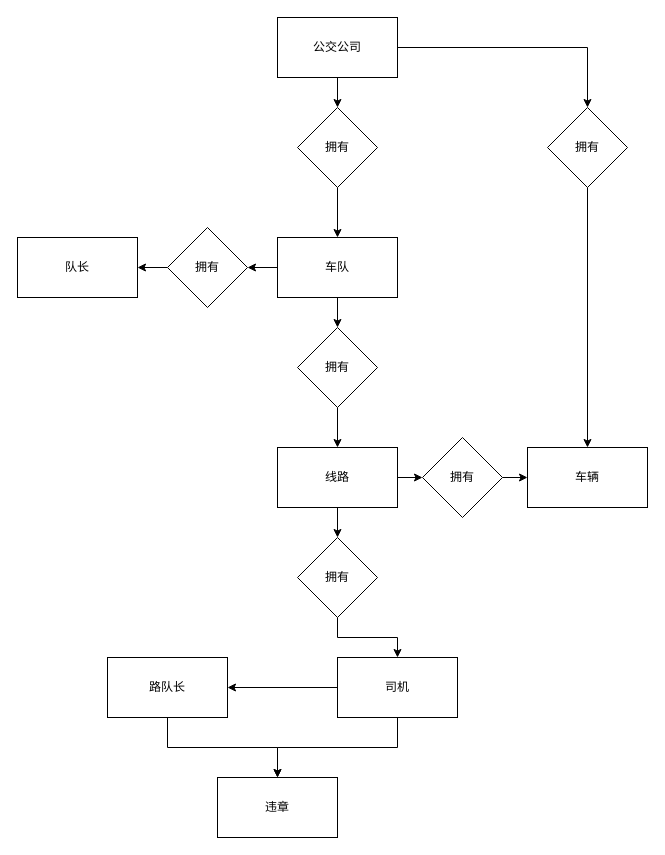
Above: doc/er.drawio in xeonds/bus-admin (draw.io), before the change. Source tidied: cells renumbered, new cells numbered last; positions are measured from the earlier drawing's top-left corner, leaving out a move shared by most shapes. Both pictures are drawn from the tidied source at 100%, with x=0, y=0 at pixel (17, 17).
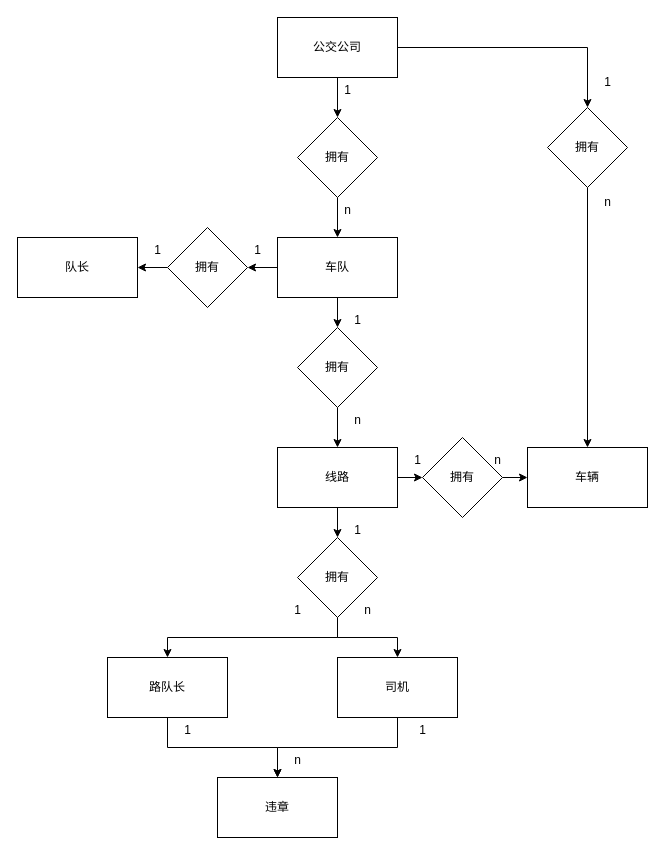
After the change.

The change refers to these unchanged cells:
```xml
<mxCell id="11" value="司机" style="rounded=0;whiteSpace=wrap;html=1;" parent="1" vertex="1">
  <mxGeometry x="320" y="640" width="120" height="60" as="geometry" />
</mxCell>
<mxCell id="17" value="路队长" style="whiteSpace=wrap;html=1;" parent="1" vertex="1">
  <mxGeometry x="90" y="640" width="120" height="60" as="geometry" />
</mxCell>
<mxCell id="30" value="拥有" style="rhombus;whiteSpace=wrap;html=1;" parent="1" vertex="1">
  <mxGeometry x="280" y="520" width="80" height="80" as="geometry" />
</mxCell>
```

Change to the diagram source:
```diff
@@
-    <mxCell id="9" style="edgeStyle=orthogonalEdgeStyle;rounded=0;jettySize=auto;html=1;" parent="1" edge="1" source="11" target="17">
+    <mxCell id="9" style="edgeStyle=orthogonalEdgeStyle;rounded=0;jettySize=auto;html=1;exitX=0.5;exitY=1;exitDx=0;exitDy=0;" parent="1" edge="1" source="30" target="17">
       <mxGeometry relative="1" as="geometry" />
     </mxCell>
@@
     <mxCell id="24" value="拥有" style="rhombus;whiteSpace=wrap;html=1;" parent="1" vertex="1">
-      <mxGeometry x="280" y="90" width="80" height="80" as="geometry" />
+      <mxGeometry x="280" y="100" width="80" height="80" as="geometry" />
     </mxCell>
@@
+    <mxCell id="31" value="1" style="text;html=1;align=center;verticalAlign=middle;strokeColor=none;fillColor=none;" parent="1" vertex="1">
+      <mxGeometry x="575" y="50" width="30" height="30" as="geometry" />
+    </mxCell>
+    <mxCell id="32" value="n" style="text;html=1;align=center;verticalAlign=middle;strokeColor=none;fillColor=none;" parent="1" vertex="1">
+      <mxGeometry x="575" y="170" width="30" height="30" as="geometry" />
+    </mxCell>
+    <mxCell id="33" value="1" style="text;html=1;align=center;verticalAlign=middle;strokeColor=none;fillColor=none;" parent="1" vertex="1">
+      <mxGeometry x="315" y="58" width="30" height="30" as="geometry" />
+    </mxCell>
+    <mxCell id="34" value="n" style="text;html=1;align=center;verticalAlign=middle;strokeColor=none;fillColor=none;" parent="1" vertex="1">
+      <mxGeometry x="315" y="178" width="30" height="30" as="geometry" />
+    </mxCell>
+    <mxCell id="35" value="1" style="text;html=1;align=center;verticalAlign=middle;strokeColor=none;fillColor=none;" parent="1" vertex="1">
+      <mxGeometry x="225" y="218" width="30" height="30" as="geometry" />
+    </mxCell>
+    <mxCell id="36" value="1" style="text;html=1;align=center;verticalAlign=middle;strokeColor=none;fillColor=none;" parent="1" vertex="1">
+      <mxGeometry x="125" y="218" width="30" height="30" as="geometry" />
+    </mxCell>
+    <mxCell id="37" value="1" style="text;html=1;align=center;verticalAlign=middle;strokeColor=none;fillColor=none;" parent="1" vertex="1">
+      <mxGeometry x="325" y="288" width="30" height="30" as="geometry" />
+    </mxCell>
+    <mxCell id="38" value="n" style="text;html=1;align=center;verticalAlign=middle;strokeColor=none;fillColor=none;" parent="1" vertex="1">
+      <mxGeometry x="325" y="388" width="30" height="30" as="geometry" />
+    </mxCell>
+    <mxCell id="39" value="1" style="text;html=1;align=center;verticalAlign=middle;strokeColor=none;fillColor=none;" parent="1" vertex="1">
+      <mxGeometry x="325" y="498" width="30" height="30" as="geometry" />
+    </mxCell>
+    <mxCell id="40" value="n" style="text;html=1;align=center;verticalAlign=middle;strokeColor=none;fillColor=none;" parent="1" vertex="1">
+      <mxGeometry x="335" y="578" width="30" height="30" as="geometry" />
+    </mxCell>
+    <mxCell id="41" value="1" style="text;html=1;align=center;verticalAlign=middle;strokeColor=none;fillColor=none;" parent="1" vertex="1">
+      <mxGeometry x="265" y="578" width="30" height="30" as="geometry" />
+    </mxCell>
+    <mxCell id="42" value="1" style="text;html=1;align=center;verticalAlign=middle;strokeColor=none;fillColor=none;" parent="1" vertex="1">
+      <mxGeometry x="155" y="698" width="30" height="30" as="geometry" />
+    </mxCell>
+    <mxCell id="43" value="1" style="text;html=1;align=center;verticalAlign=middle;strokeColor=none;fillColor=none;" parent="1" vertex="1">
+      <mxGeometry x="390" y="698" width="30" height="30" as="geometry" />
+    </mxCell>
+    <mxCell id="44" value="n" style="text;html=1;align=center;verticalAlign=middle;strokeColor=none;fillColor=none;" parent="1" vertex="1">
+      <mxGeometry x="265" y="728" width="30" height="30" as="geometry" />
+    </mxCell>
+    <mxCell id="45" value="1" style="text;html=1;align=center;verticalAlign=middle;strokeColor=none;fillColor=none;" parent="1" vertex="1">
+      <mxGeometry x="385" y="428" width="30" height="30" as="geometry" />
+    </mxCell>
+    <mxCell id="46" value="n" style="text;html=1;align=center;verticalAlign=middle;strokeColor=none;fillColor=none;" parent="1" vertex="1">
+      <mxGeometry x="465" y="428" width="30" height="30" as="geometry" />
+    </mxCell>
```
